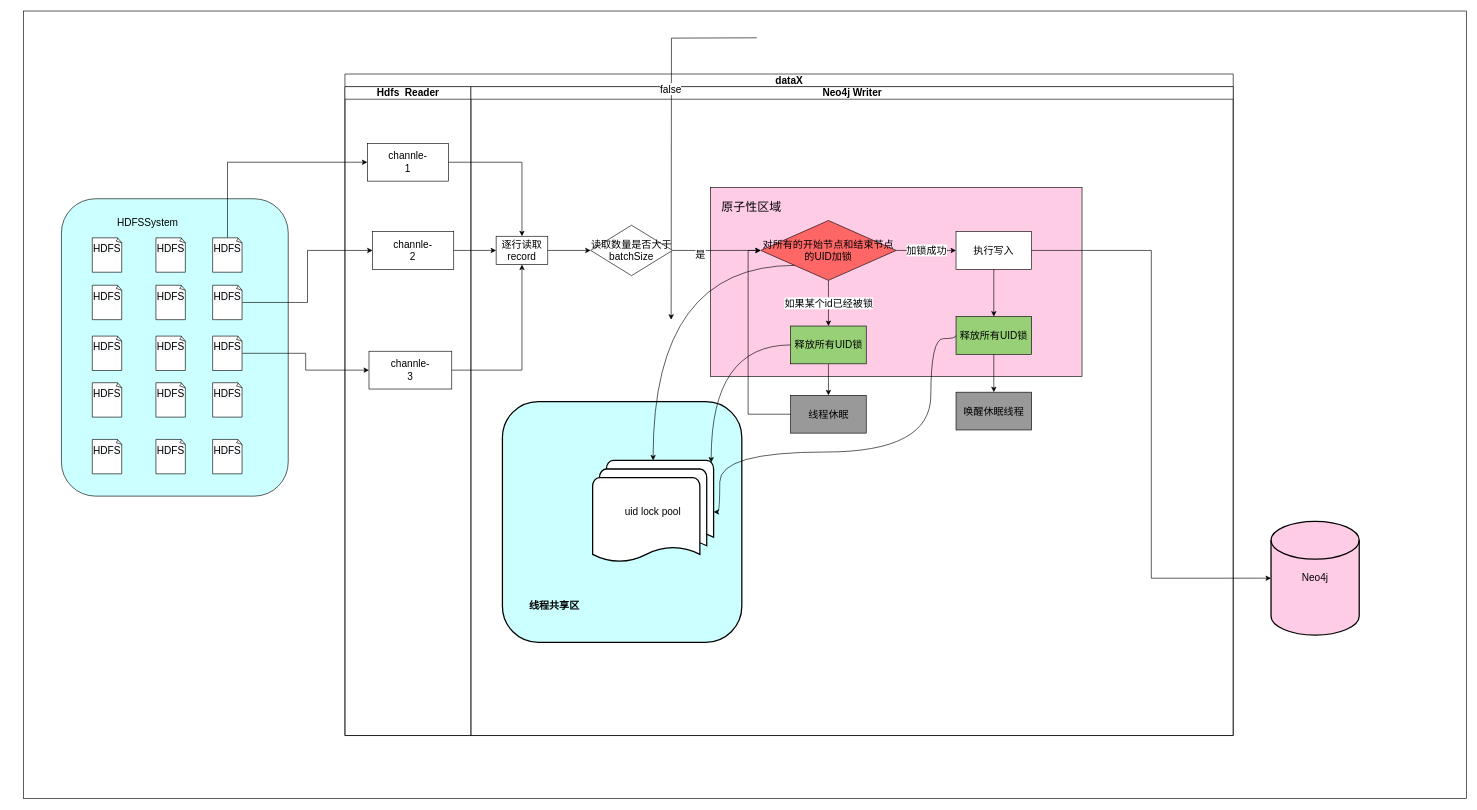
The draw.io diagram draw-io/dataX-neo4j关系增量原理图.drawio in bigbaibaibai/drawIo, before the edit. Source tidied: cells renumbered, new cells numbered last; positions are measured from the earlier drawing's top-left corner, leaving out a move shared by most shapes. Both pictures are drawn from the tidied source at 63%, with x=0, y=0 at pixel (23, 11).
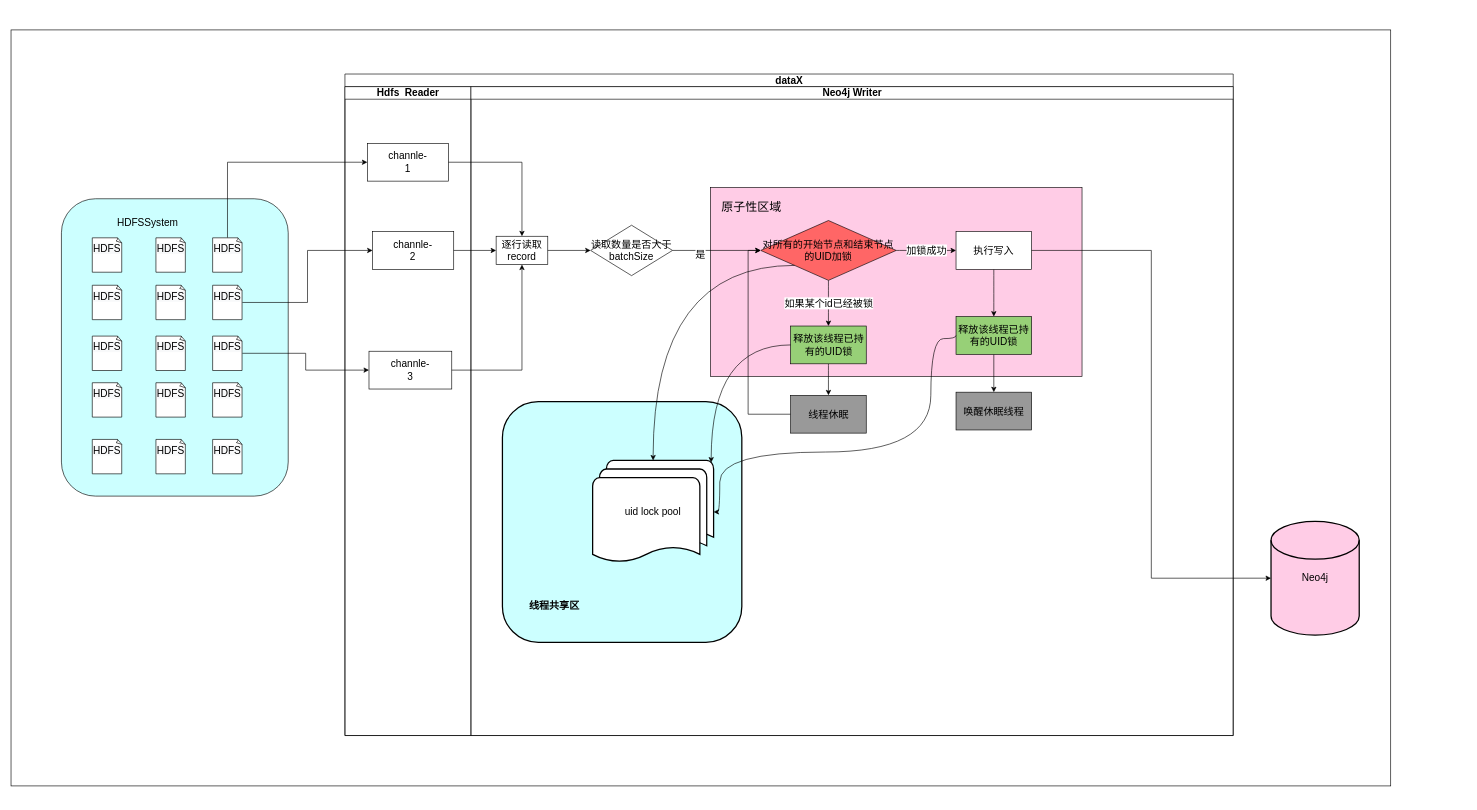
Above is the later version.

Commit message (it also covers changes not shown here):
更新dataX-neo4j关系增量原理图.drawio

The change refers to these unchanged cells:
```xml
<mxCell id="15" value="Neo4j Writer" style="swimlane;startSize=20;html=1;rounded=0;gradientColor=none;fontSize=16;" parent="4" vertex="1">
  <mxGeometry x="200" y="20" width="1210" height="1030" as="geometry" />
</mxCell>
<mxCell id="30" value="对所有的开始节点和结束节点的UID加锁" style="rhombus;whiteSpace=wrap;html=1;rounded=0;fontSize=16;fillColor=#FF6666;" parent="15" vertex="1">
  <mxGeometry x="460" y="212.5" width="215" height="95" as="geometry" />
</mxCell>
```

Change to the diagram source:
```diff
@@
-    <mxCell id="2" style="rounded=0;whiteSpace=wrap;html=1;fontSize=16;fillColor=#FFFFFF;gradientColor=none;" parent="1" vertex="1">
-      <mxGeometry width="2290" height="1250" as="geometry" />
-    </mxCell>
+    <mxCell id="70" style="rounded=0;whiteSpace=wrap;html=1;fontSize=19;" parent="1" vertex="1">
+      <mxGeometry x="-20" y="30" width="2190" height="1200" as="geometry" />
+    </mxCell>
@@
-    <mxCell id="20" style="edgeStyle=orthogonalEdgeStyle;rounded=0;orthogonalLoop=1;jettySize=auto;html=1;exitX=0.5;exitY=1;exitDx=0;exitDy=0;entryX=0.5;entryY=0;entryDx=0;entryDy=0;fontSize=16;" parent="15" edge="1">
-      <mxGeometry relative="1" as="geometry">
-        <mxPoint x="453.8" y="-77.5" as="sourcePoint" />
-        <mxPoint x="317.8" y="370" as="targetPoint" />
-      </mxGeometry>
-    </mxCell>
-    <mxCell id="21" value="false" style="edgeLabel;html=1;align=center;verticalAlign=middle;fontSize=16;" parent="20" vertex="1">
-      <mxGeometry x="-0.26" y="-2" relative="1" as="geometry" />
-    </mxCell>
@@
-    <mxCell id="29" value="如果某个id已经被锁" style="edgeStyle=orthogonalEdgeStyle;curved=1;jettySize=auto;html=1;fontSize=16;" parent="15" edge="1" source="30" target="35">
-      <mxGeometry relative="1" as="geometry" />
+    <mxCell id="29" value="如果某个id已经被锁" style="edgeStyle=orthogonalEdgeStyle;curved=1;orthogonalLoop=1;jettySize=auto;html=1;fontSize=16;" parent="15" edge="1">
+      <mxGeometry relative="1" as="geometry">
+        <mxPoint x="567.5" y="307.5" as="sourcePoint" />
+        <mxPoint x="567.5" y="380" as="targetPoint" />
+      </mxGeometry>
     </mxCell>
@@
-    <mxCell id="35" value="释放所有UID锁" style="whiteSpace=wrap;html=1;rounded=0;fontSize=16;fillColor=#97D077;" parent="15" vertex="1">
+    <mxCell id="35" value="释放该线程已持有的UID锁" style="whiteSpace=wrap;html=1;rounded=0;fontSize=16;fillColor=#97D077;" parent="15" vertex="1">
       <mxGeometry x="507.5" y="380" width="120" height="60" as="geometry" />
     </mxCell>
@@
-    <mxCell id="37" value="释放所有UID锁" style="whiteSpace=wrap;html=1;rounded=0;fontSize=16;fillColor=#97D077;" parent="15" vertex="1">
+    <mxCell id="37" value="释放该线程已持有的UID锁" style="whiteSpace=wrap;html=1;rounded=0;fontSize=16;fillColor=#97D077;" parent="15" vertex="1">
       <mxGeometry x="770" y="365" width="120" height="60" as="geometry" />
     </mxCell>
```
